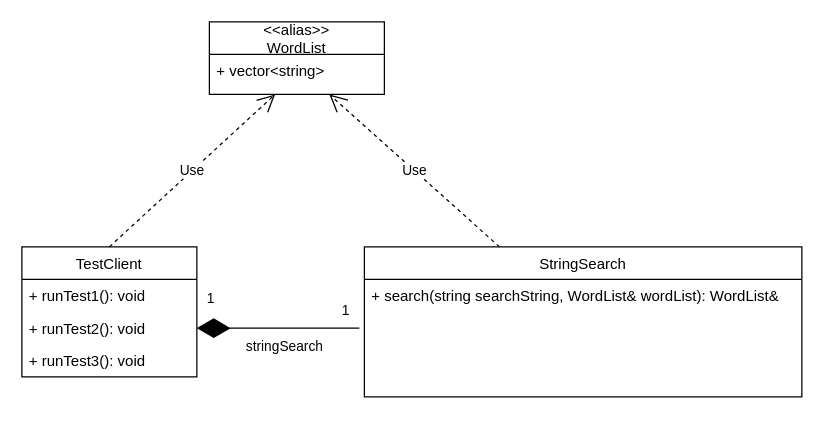
This is StringSearch/doc/StringSearch.drawio from DonFreeze/StringSearch, a draw.io file, before an edit. Source tidied: cells renumbered, new cells numbered last; positions are measured from the earlier drawing's top-left corner, leaving out a move shared by most shapes. Both pictures are drawn from the tidied source at 125%, with x=0, y=0 at pixel (21, 21).
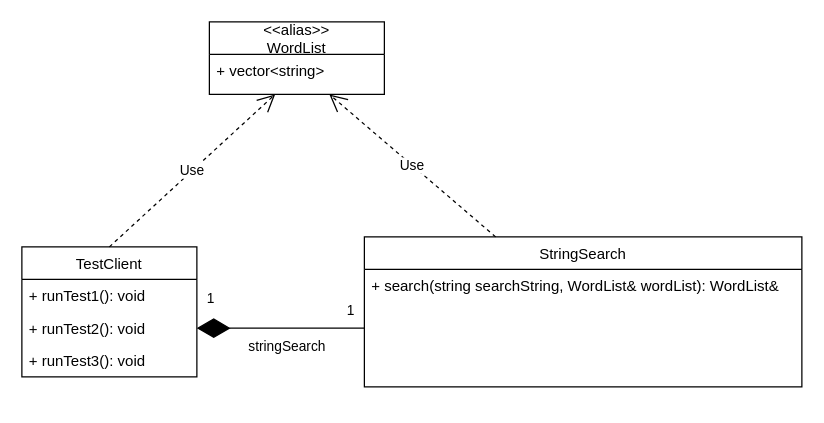
Above is the later version.

The edit, as a diff of the source:
```diff
@@
 <mxGraphModel>
   <root>
     <mxCell id="0" />
     <mxCell id="1" parent="0" />
     <mxCell id="2" value="StringSearch" style="swimlane;fontStyle=0;horizontal=1;startSize=26;fillColor=none;" parent="1" vertex="1">
-      <mxGeometry x="274" y="180" width="350" height="120" as="geometry" />
+      <mxGeometry x="274" y="172" width="350" height="120" as="geometry" />
     </mxCell>
     <mxCell id="3" value="+ search(string searchString, WordList&amp; wordList): WordList&amp; &#10;" style="text;strokeColor=none;fillColor=none;align=left;verticalAlign=top;spacingLeft=4;spacingRight=4;overflow=hidden;points=[[0,0.5],[1,0.5]];portConstraint=eastwest;" parent="2" vertex="1">
       <mxGeometry y="26" width="350" height="94" as="geometry" />
     </mxCell>
     <mxCell id="4" value="TestClient" style="swimlane;fontStyle=0;horizontal=1;startSize=26;fillColor=none;" parent="1" vertex="1">
       <mxGeometry y="180" width="140" height="104" as="geometry" />
     </mxCell>
     <mxCell id="5" value="+ runTest1(): void" style="text;strokeColor=none;fillColor=none;align=left;verticalAlign=top;spacingLeft=4;spacingRight=4;overflow=hidden;" parent="4" vertex="1">
       <mxGeometry y="26" width="140" height="26" as="geometry" />
     </mxCell>
     <mxCell id="6" value="+ runTest2(): void" style="text;strokeColor=none;fillColor=none;align=left;verticalAlign=top;spacingLeft=4;spacingRight=4;overflow=hidden;points=[[0,0.5],[1,0.5]];portConstraint=eastwest;" parent="4" vertex="1">
       <mxGeometry y="52" width="140" height="26" as="geometry" />
     </mxCell>
     <mxCell id="7" value="+ runTest3(): void" style="text;strokeColor=none;fillColor=none;align=left;verticalAlign=top;spacingLeft=4;spacingRight=4;overflow=hidden;" parent="4" vertex="1">
       <mxGeometry y="78" width="140" height="26" as="geometry" />
     </mxCell>
     <mxCell id="8" value="&lt;&lt;alias&gt;&gt;&#10;WordList" style="swimlane;fontStyle=0;horizontal=1;startSize=26;fillColor=none;" parent="1" vertex="1">
       <mxGeometry x="150" width="140" height="58" as="geometry" />
     </mxCell>
     <mxCell id="9" value="+ vector&lt;string&gt;" style="text;strokeColor=none;fillColor=none;align=left;verticalAlign=top;spacingLeft=4;spacingRight=4;overflow=hidden;points=[[0,0.5],[1,0.5]];portConstraint=eastwest;" parent="8" vertex="1">
       <mxGeometry y="26" width="140" height="32" as="geometry" />
     </mxCell>
     <mxCell id="10" value="Use" style="endArrow=open;endSize=12;dashed=1;html=1;rounded=0;exitX=0.5;exitY=0;exitDx=0;exitDy=0;" parent="1" edge="1" source="4" target="9">
       <mxGeometry relative="1" as="geometry" />
     </mxCell>
     <mxCell id="11" value="Use" style="endArrow=open;endSize=12;dashed=1;html=1;rounded=0;entryX=0.686;entryY=1;entryDx=0;entryDy=0;entryPerimeter=0;" parent="1" edge="1" source="2" target="9">
       <mxGeometry relative="1" as="geometry" />
     </mxCell>
-    <mxCell id="12" value="stringSearch" style="endArrow=diamondThin;endFill=1;endSize=24;html=1;rounded=0;entryX=1;entryY=0.5;entryDx=0;entryDy=0;" parent="1" edge="1" target="6">
-      <mxGeometry x="-0.08" y="15" relative="1" as="geometry">
-        <mxPoint x="270" y="245" as="sourcePoint" />
-      </mxGeometry>
+    <mxCell id="12" value="stringSearch" style="endArrow=diamondThin;endFill=1;endSize=24;html=1;rounded=0;entryX=1;entryY=0.5;entryDx=0;entryDy=0;exitX=0;exitY=0.5;exitDx=0;exitDy=0;" parent="1" edge="1" source="3" target="6">
+      <mxGeometry x="-0.08" y="15" relative="1" as="geometry" />
     </mxCell>
     <mxCell id="13" value="1" style="edgeLabel;html=1;align=center;verticalAlign=middle;" parent="12" vertex="1">
       <mxGeometry x="0.82" y="-4" relative="1" as="geometry">
         <mxPoint x="-2" y="-21" as="offset" />
       </mxGeometry>
     </mxCell>
     <mxCell id="14" value="1" style="edgeLabel;html=1;align=center;verticalAlign=middle;" parent="12" vertex="1">
       <mxGeometry x="-0.82" relative="1" as="geometry">
         <mxPoint y="-15" as="offset" />
       </mxGeometry>
     </mxCell>
   </root>
 </mxGraphModel>
```
